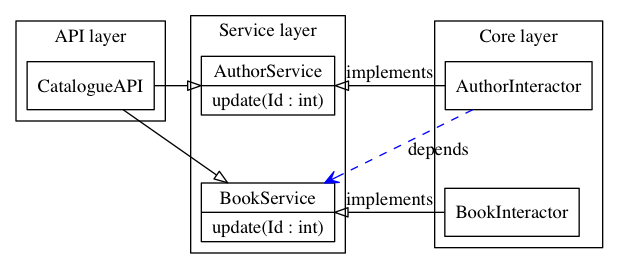
This is images/book-author-problem.png from ane/ebi, a Graphviz export, as it was before one commit. Its source is kept beside it as images/book-author-problem.dot. Its diagram source:
```dot
digraph {
    node[shape=record]
    edge[arrowhead=empty]
    newrank=true;
    {rank=same CatalogueAPI IAuthorService AuthorInteractor}
    {rank=same IBookService BookInteractor}

    subgraph cluster_API {
        label="API layer";
        CatalogueAPI[];
    }
    subgraph cluster_Service {
        label="Service layer";
        IAuthorService[label="{AuthorService|update(Id : int)\l}"];
        IBookService[label="{BookService|update(Id : int)\l}"];
    }
    subgraph cluster_Core {
        label="Core layer";
        AuthorInteractor;
        BookInteractor;
    }

    CatalogueAPI -> IAuthorService;
    CatalogueAPI -> IBookService;
    AuthorInteractor -> IAuthorService[label="implements",arrowhead=empty];
    BookInteractor -> IBookService[label="implements",arrowhead=empty];
    AuthorInteractor -> IBookService[label="depends",color=blue,arrowhead=vee,style=dashed];
}
```
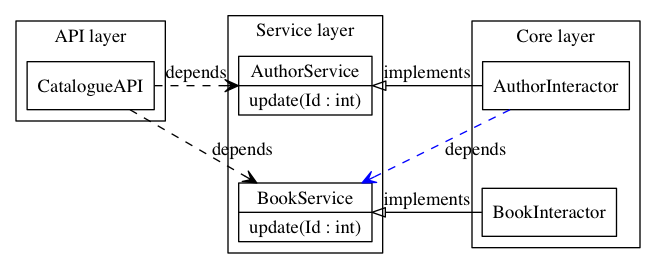
Later version of the same file.

What changed in the source:
```diff
@@ -20,8 +20,8 @@
         BookInteractor;
     }
 
-    CatalogueAPI -> IAuthorService;
-    CatalogueAPI -> IBookService;
+    CatalogueAPI -> IAuthorService[label="depends",arrowhead=vee,style=dashed];
+    CatalogueAPI -> IBookService[label="depends",arrowhead=vee,style=dashed];
     AuthorInteractor -> IAuthorService[label="implements",arrowhead=empty];
     BookInteractor -> IBookService[label="implements",arrowhead=empty];
     AuthorInteractor -> IBookService[label="depends",color=blue,arrowhead=vee,style=dashed];
```
